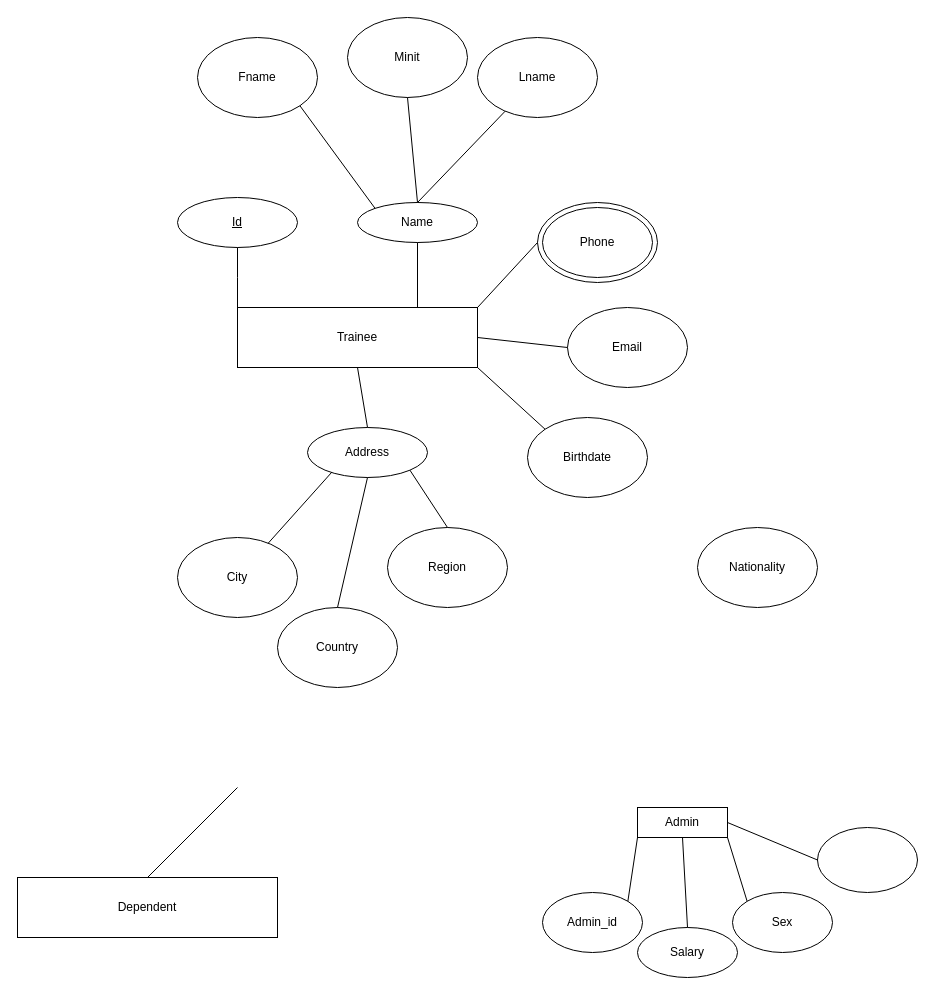
ihopethisusernamework/IS220ProjectER keeps this draw.io diagram as first.drawio. Above is the earlier version. Source tidied: cells renumbered, new cells numbered last; positions are measured from the earlier drawing's top-left corner, leaving out a move shared by most shapes. Both pictures are drawn from the tidied source at 100%, with x=0, y=0 at pixel (17, 17).
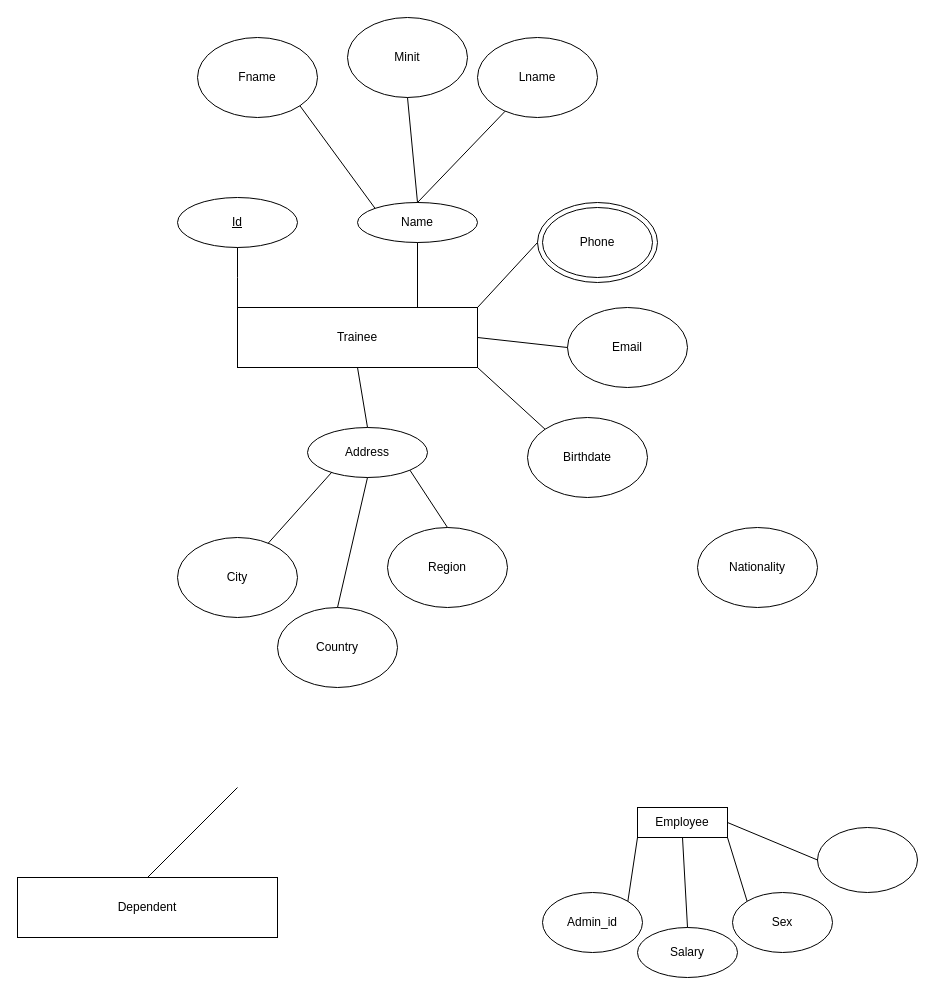
Above is the later version.

The edit, as a diff of the source:
```diff
@@
-    <mxCell id="30" value="Admin" style="rounded=0;whiteSpace=wrap;html=1;" parent="1" vertex="1">
+    <mxCell id="30" value="Employee" style="rounded=0;whiteSpace=wrap;html=1;" parent="1" vertex="1">
       <mxGeometry x="620" y="790" width="90" height="30" as="geometry" />
     </mxCell>
```
